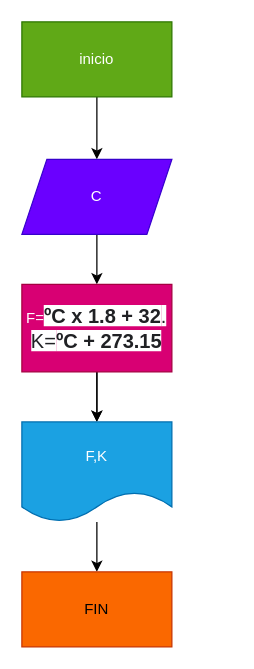
Before: diagrama.drawio in pasecolra/conversor_temperatura, a draw.io diagram. Source tidied: cells renumbered, new cells numbered last; positions are measured from the earlier drawing's top-left corner, leaving out a move shared by most shapes. Both pictures are drawn from the tidied source at 125%, with x=0, y=0 at pixel (21, 21).
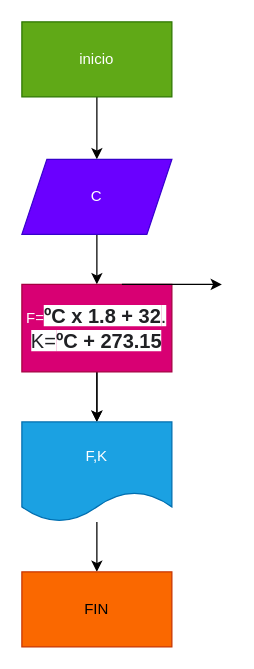
Above is the later version.

Commit message (it also covers changes not shown here):
se agrega el diagrama de flujo y el archivo conversor_temperatura.py

The edit, as a diff of the source:
```diff
@@
 <mxGraphModel>
   <root>
     <mxCell id="0" />
     <mxCell id="1" parent="0" />
     <mxCell id="2" style="edgeStyle=none;html=1;" parent="1" edge="1" source="3" target="5">
       <mxGeometry relative="1" as="geometry" />
     </mxCell>
     <mxCell id="3" value="inicio" style="rounded=0;whiteSpace=wrap;html=1;fillColor=#60a917;fontColor=#ffffff;strokeColor=#2D7600;" parent="1" vertex="1">
       <mxGeometry width="120" height="60" as="geometry" />
     </mxCell>
     <mxCell id="4" style="edgeStyle=none;html=1;" parent="1" edge="1" source="5" target="8">
       <mxGeometry relative="1" as="geometry" />
     </mxCell>
     <mxCell id="5" value="C" style="shape=parallelogram;perimeter=parallelogramPerimeter;whiteSpace=wrap;html=1;fixedSize=1;fillColor=#6a00ff;fontColor=#ffffff;strokeColor=#3700CC;" parent="1" vertex="1">
       <mxGeometry y="110" width="120" height="60" as="geometry" />
     </mxCell>
     <mxCell id="6" style="edgeStyle=none;html=1;" parent="1" edge="1" source="8" target="10">
       <mxGeometry relative="1" as="geometry" />
     </mxCell>
     <mxCell id="7" style="edgeStyle=none;html=1;" parent="1" edge="1" source="8" target="10">
       <mxGeometry relative="1" as="geometry" />
     </mxCell>
     <mxCell id="8" value="F=&lt;b style=&quot;color: rgb(32, 33, 36); font-family: arial, sans-serif; font-size: 16px; text-align: start; background-color: rgb(255, 255, 255);&quot;&gt;ºC x 1.8 + 32&lt;/b&gt;&lt;span style=&quot;color: rgb(32, 33, 36); font-family: arial, sans-serif; font-size: 16px; text-align: start; background-color: rgb(255, 255, 255);&quot;&gt;.&lt;br&gt;K=&lt;/span&gt;&lt;b style=&quot;color: rgb(32, 33, 36); font-family: arial, sans-serif; font-size: 16px; text-align: start; background-color: rgb(255, 255, 255);&quot;&gt;ºC + 273.15&lt;/b&gt;&lt;span style=&quot;color: rgb(32, 33, 36); font-family: arial, sans-serif; font-size: 16px; text-align: start; background-color: rgb(255, 255, 255);&quot;&gt;&lt;br&gt;&lt;/span&gt;" style="rounded=0;whiteSpace=wrap;html=1;fillColor=#d80073;fontColor=#ffffff;strokeColor=#A50040;" parent="1" vertex="1">
       <mxGeometry y="210" width="120" height="70" as="geometry" />
     </mxCell>
     <mxCell id="9" style="edgeStyle=none;html=1;" parent="1" edge="1" source="10" target="11">
       <mxGeometry relative="1" as="geometry" />
     </mxCell>
     <mxCell id="10" value="F,K" style="shape=document;whiteSpace=wrap;html=1;boundedLbl=1;fillColor=#1ba1e2;fontColor=#ffffff;strokeColor=#006EAF;" parent="1" vertex="1">
       <mxGeometry y="320" width="120" height="80" as="geometry" />
     </mxCell>
     <mxCell id="11" value="FIN" style="rounded=0;whiteSpace=wrap;html=1;fillColor=#fa6800;fontColor=#000000;strokeColor=#C73500;" parent="1" vertex="1">
       <mxGeometry y="440" width="120" height="60" as="geometry" />
     </mxCell>
+    <mxCell id="12" style="edgeStyle=none;orthogonalLoop=1;jettySize=auto;html=1;" parent="1" edge="1">
+      <mxGeometry relative="1" as="geometry">
+        <mxPoint x="80" y="210" as="sourcePoint" />
+        <mxPoint x="160" y="210" as="targetPoint" />
+      </mxGeometry>
+    </mxCell>
   </root>
 </mxGraphModel>
```
